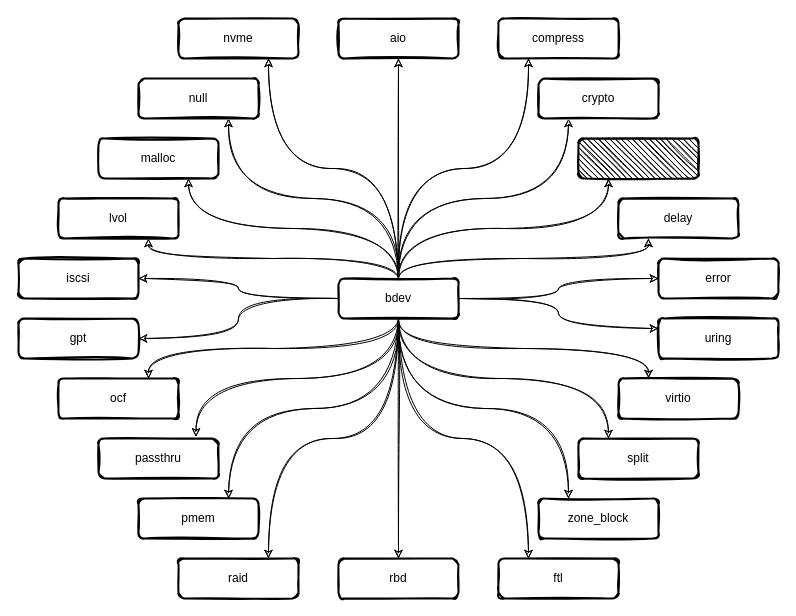
Before: page "spdk_bdev_modules" (3 of 5) of spdk/spdk_bdev.drawio in EarthWind/deeparch, a draw.io diagram. Source tidied: cells renumbered, new cells numbered last; positions are measured from the earlier drawing's top-left corner, leaving out a move shared by most shapes. Both pictures are drawn from the tidied source at 100%, with x=0, y=0 at pixel (18, 18).
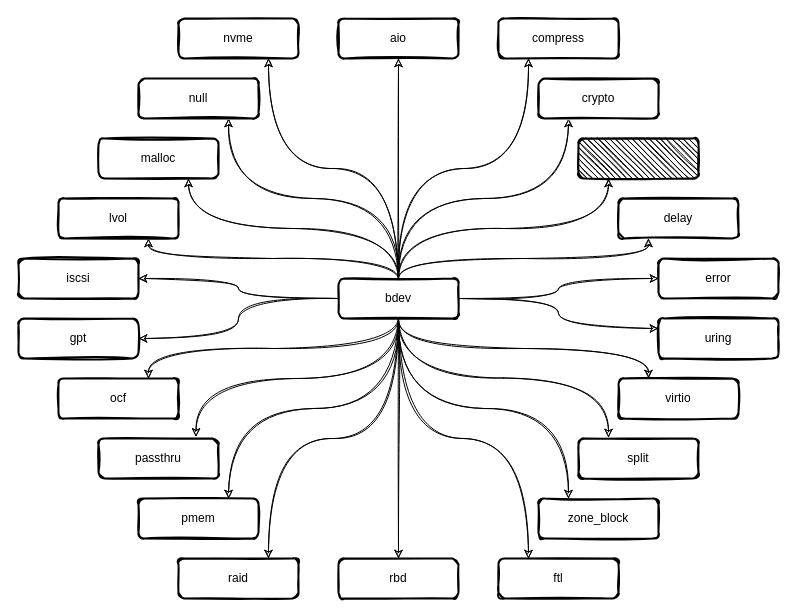
Above is the later version.

The change refers to these unchanged cells:
```xml
<mxCell id="24" value="bdev" style="rounded=1;whiteSpace=wrap;html=1;strokeWidth=2;fillWeight=4;hachureGap=8;hachureAngle=45;sketch=1;shadow=0;fontSize=12;fontColor=#000000;fillColor=#FFFFFF;" parent="1" vertex="1">
  <mxGeometry x="320" y="260" width="120" height="40" as="geometry" />
</mxCell>
<mxCell id="42" value="split" style="rounded=1;whiteSpace=wrap;html=1;strokeWidth=2;fillWeight=4;hachureGap=8;hachureAngle=45;sketch=1;shadow=0;fontSize=12;fontColor=#000000;fillColor=#FFFFFF;" parent="1" vertex="1">
  <mxGeometry x="560" y="420" width="120" height="40" as="geometry" />
</mxCell>
```

The edit, as a diff of the source:
```diff
@@
-    <mxCell id="7" style="edgeStyle=orthogonalEdgeStyle;curved=1;rounded=0;sketch=1;jettySize=auto;html=1;entryX=0.25;entryY=0;entryDx=0;entryDy=0;exitX=0.5;exitY=1;exitDx=0;exitDy=0;" parent="1" edge="1" source="24" target="42">
-      <mxGeometry relative="1" as="geometry" />
+    <mxCell id="7" style="edgeStyle=orthogonalEdgeStyle;curved=1;rounded=0;sketch=1;jettySize=auto;html=1;exitX=0.5;exitY=1;exitDx=0;exitDy=0;" parent="1" edge="1" source="24">
+      <mxGeometry relative="1" as="geometry">
+        <mxPoint x="590" y="419" as="targetPoint" />
+      </mxGeometry>
     </mxCell>
```
